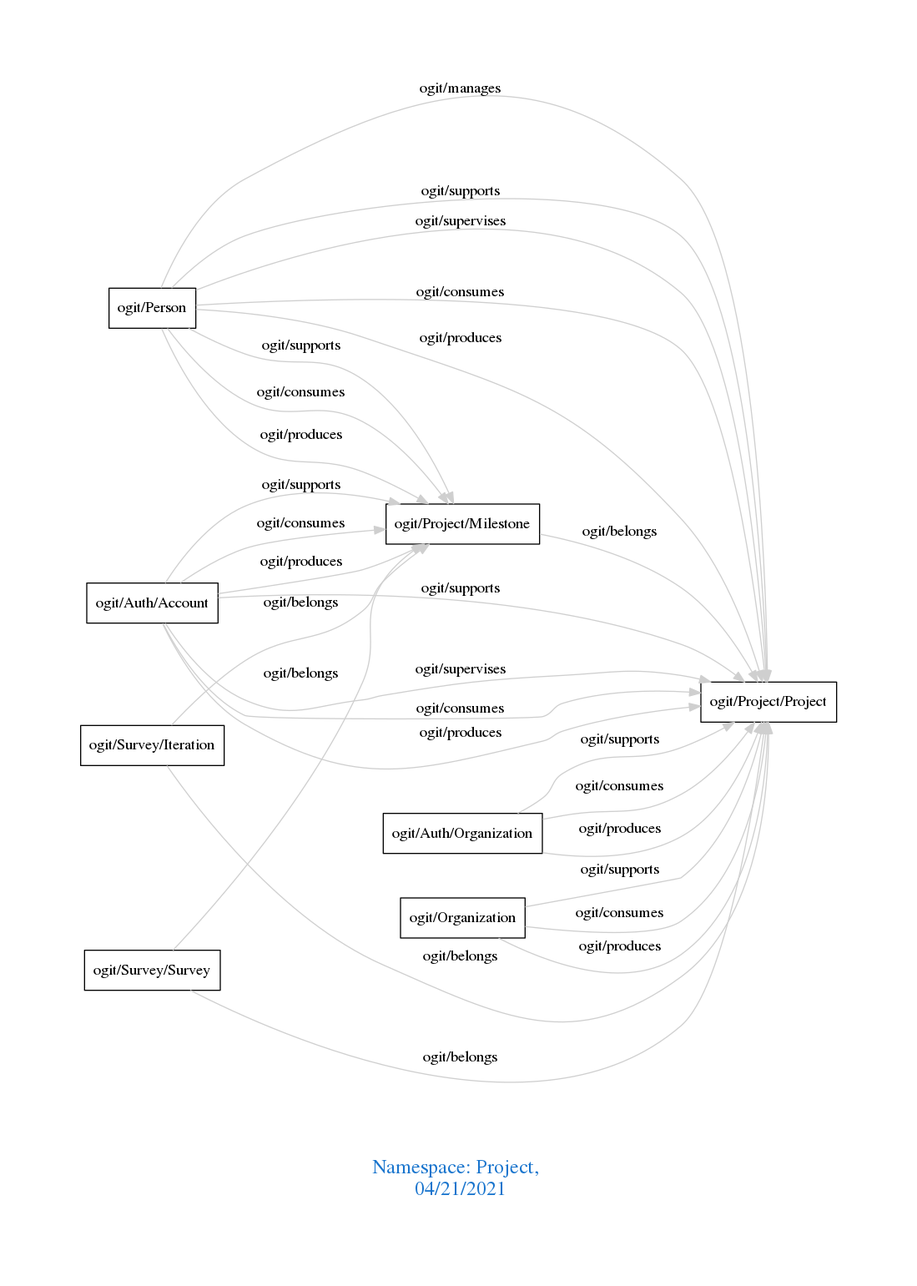
arago/OGIT keeps this Graphviz diagram as downloads/Project.png. Above is the earlier version. Its source is kept beside it as downloads/Project.dot.
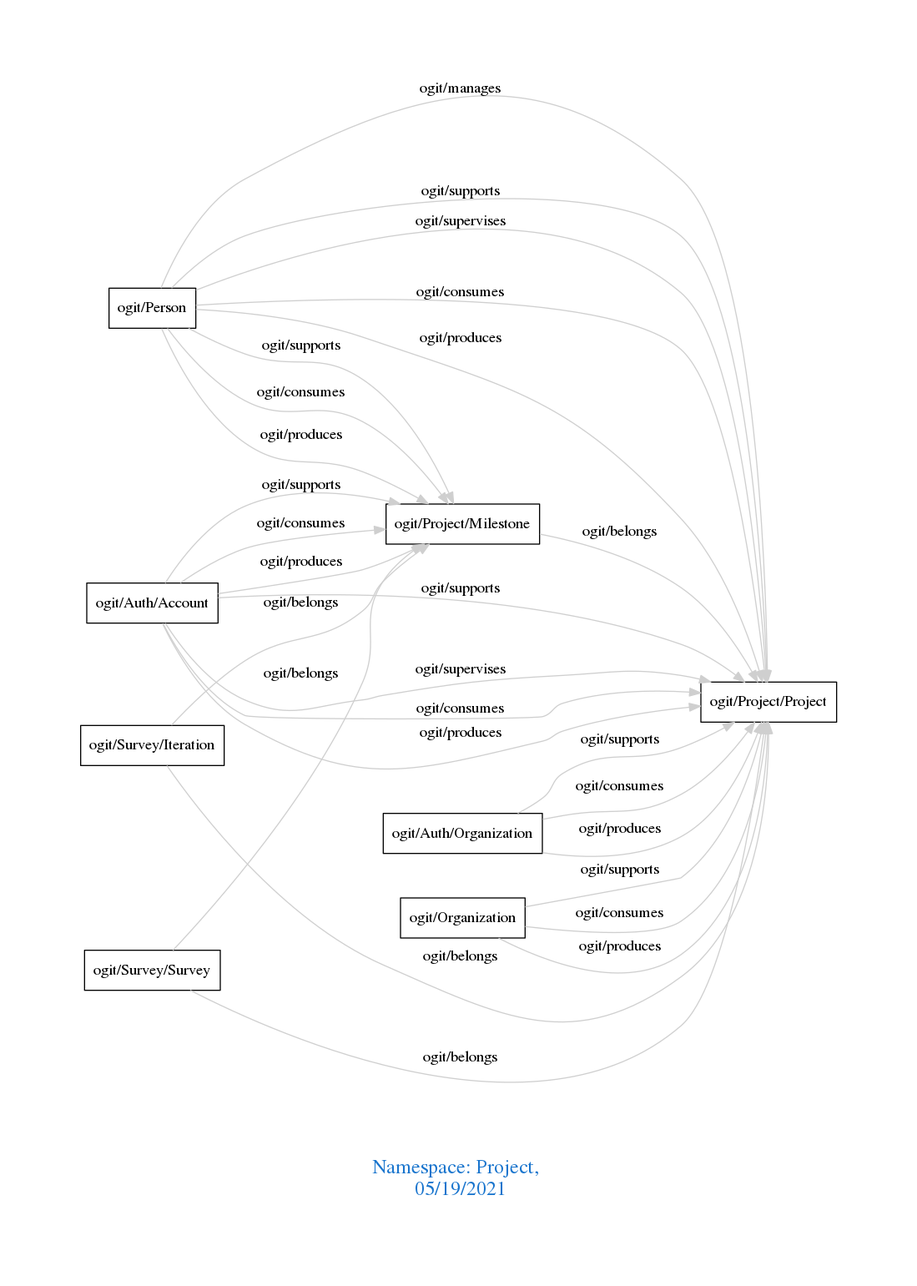
After the change.

The edit, as a diff of the source:
```diff
@@ -1,7 +1,7 @@
 digraph OGIT_ontology {
  graph [ rankdir= LR,pad=1
 fontsize = 18,
-fontcolor= dodgerblue3,label = "\n\n\nNamespace: Project, \n 04/21/2021"];
+fontcolor= dodgerblue3,label = "\n\n\nNamespace: Project, \n 05/19/2021"];
 node[shape=polygon];
 edge [  color="gray81"];
 
```
